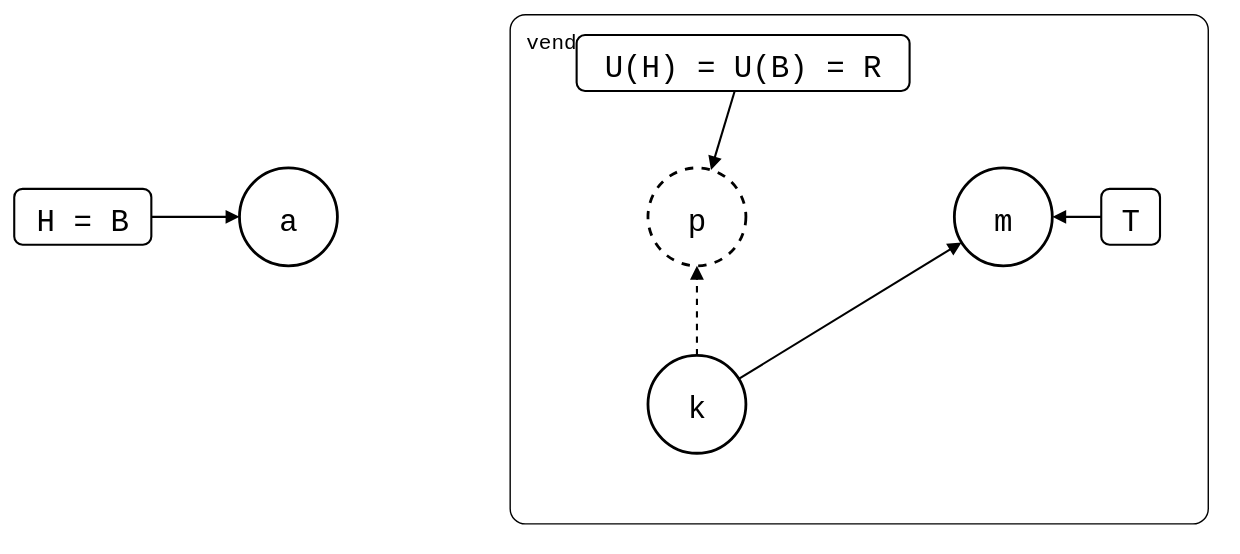
The draw.io diagram test/scenarios/06-rewritten-history/04-patch-branch-rebased/patch-branch-rebased.drawio.svg in roschaefer/git-splice, before a commit. Source tidied: cells renumbered, new cells last; positions are measured from the earlier drawing's top-left corner, leaving out a move shared by most shapes.
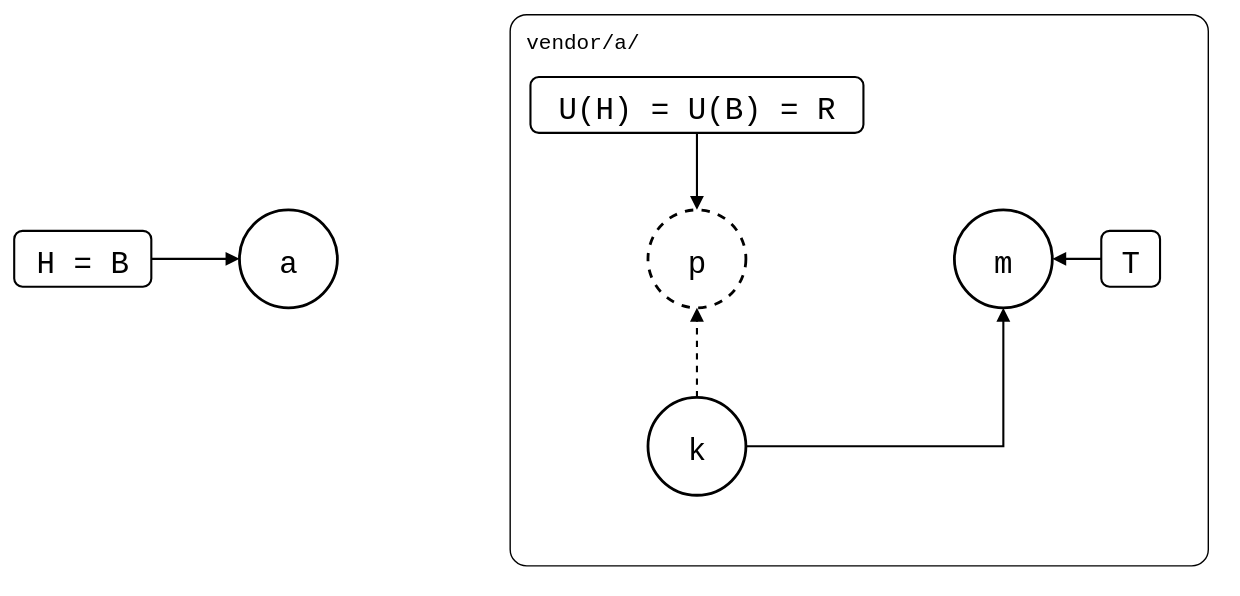
The same file after the commit.

Commit message:
test(scenarios): draw the patch-branch drawings' arrows straight

Diagonal arrows made it harder to follow which commit a box names and
which commit m builds on. Each box now sits level with or directly above
its commit, and k's arrow to m bends at a right angle. The box above p
no longer covers the lane's label.

The edit, as a diff of the source:
```diff
@@ -3,7 +3,7 @@
     <mxCell id="0" />
     <mxCell id="1" parent="0" />
     <mxCell id="2" value="vendor/a/" style="rounded=1;arcSize=3;fillColor=none;strokeWidth=1;fontSize=15;verticalAlign=top;align=left;spacingLeft=10;spacingTop=4;fontFamily=Roboto Mono,monospace;" parent="1" vertex="1">
-      <mxGeometry x="354" width="499" height="364" as="geometry" />
+      <mxGeometry x="354" y="-30" width="499" height="394" as="geometry" />
     </mxCell>
     <mxCell id="3" value="a" style="ellipse;strokeWidth=2;fontSize=22;fontFamily=Roboto Mono,monospace;" parent="1" vertex="1">
       <mxGeometry x="161" y="110" width="70" height="70" as="geometry" />
@@ -21,7 +21,7 @@
       <mxGeometry y="125" width="98" height="40" as="geometry" />
     </mxCell>
     <mxCell id="8" value="U(H) = U(B) = R" style="rounded=1;strokeWidth=1.5;fontSize=22;fontFamily=Roboto Mono,monospace;" parent="1" vertex="1">
-      <mxGeometry x="402" y="15" width="238" height="40" as="geometry" />
+      <mxGeometry x="369" y="15" width="238" height="40" as="geometry" />
     </mxCell>
     <mxCell id="9" value="T" style="rounded=1;strokeWidth=1.5;fontSize=22;fontFamily=Roboto Mono,monospace;" parent="1" vertex="1">
       <mxGeometry x="777" y="125" width="42" height="40" as="geometry" />
@@ -29,7 +29,7 @@
     <mxCell id="10" style="endArrow=block;endFill=1;html=1;strokeWidth=1.5;rounded=0;dashed=1;" parent="1" edge="1" source="4" target="5">
       <mxGeometry relative="1" as="geometry" />
     </mxCell>
-    <mxCell id="11" style="endArrow=block;endFill=1;html=1;strokeWidth=1.5;rounded=0;" parent="1" edge="1" source="4" target="6">
+    <mxCell id="11" style="edgeStyle=orthogonalEdgeStyle;exitX=1;exitY=0.5;entryX=0.5;entryY=1;endArrow=block;endFill=1;html=1;strokeWidth=1.5;rounded=0;" parent="1" edge="1" source="4" target="6">
       <mxGeometry relative="1" as="geometry" />
     </mxCell>
     <mxCell id="12" style="endArrow=block;endFill=1;html=1;strokeWidth=1.5;rounded=0;" parent="1" edge="1" source="7" target="3">
```
